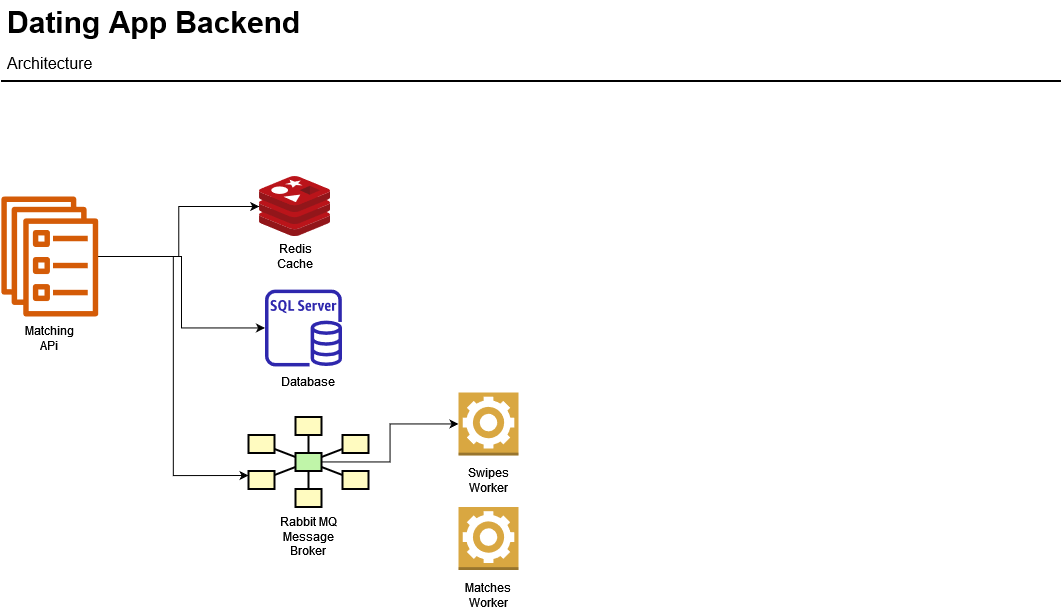
BionStt/dating-app-backend keeps this draw.io diagram as img/architecture-overview.png. Above is the earlier version. Source tidied: cells renumbered, new cells last; positions are measured from the earlier drawing's top-left corner, leaving out a move shared by most shapes.
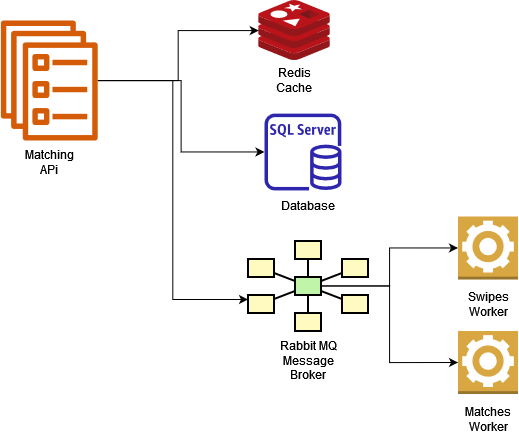
After the commit.

Commit message:
Cahnges in arch diagram

Diff of the diagram source:
```diff
@@ -2,15 +2,6 @@
   <root>
     <mxCell id="0" />
     <mxCell id="1" parent="0" />
-    <mxCell id="2" value="Dating App Backend" style="text;html=1;align=left;verticalAlign=top;spacingTop=-4;fontSize=30;fontStyle=1;" parent="1" vertex="1">
-      <mxGeometry x="4.5" y="0.5" width="320" height="40" as="geometry" />
-    </mxCell>
-    <mxCell id="3" value="Architecture" style="text;html=1;align=left;verticalAlign=top;spacingTop=-4;fontSize=16;" parent="1" vertex="1">
-      <mxGeometry x="4.5" y="50.5" width="110" height="30" as="geometry" />
-    </mxCell>
-    <mxCell id="4" style="line;strokeWidth=2;html=1;fontSize=14;" parent="1" vertex="1">
-      <mxGeometry x="0.5" y="75.5" width="1060" height="10" as="geometry" />
-    </mxCell>
     <mxCell id="5" style="edgeStyle=orthogonalEdgeStyle;rounded=0;jettySize=auto;html=1;" parent="1" edge="1" source="8" target="10">
       <mxGeometry relative="1" as="geometry" />
     </mxCell>
@@ -59,6 +50,9 @@
     <mxCell id="20" style="edgeStyle=orthogonalEdgeStyle;rounded=0;jettySize=auto;html=1;" parent="1" edge="1" source="21" target="29">
       <mxGeometry relative="1" as="geometry" />
     </mxCell>
+    <mxCell id="33" style="edgeStyle=orthogonalEdgeStyle;rounded=0;jettySize=auto;html=1;entryX=0;entryY=0.5;entryDx=0;entryDy=0;entryPerimeter=0;" parent="1" edge="1" source="21" target="31">
+      <mxGeometry relative="1" as="geometry" />
+    </mxCell>
     <mxCell id="21" style="strokeWidth=2;dashed=0;align=center;fontSize=8;shape=rect;fillColor=#c0f5a9;strokeColor=#000000;" parent="1" vertex="1">
       <mxGeometry x="295" y="452.5" width="26" height="18" as="geometry" />
     </mxCell>
```
